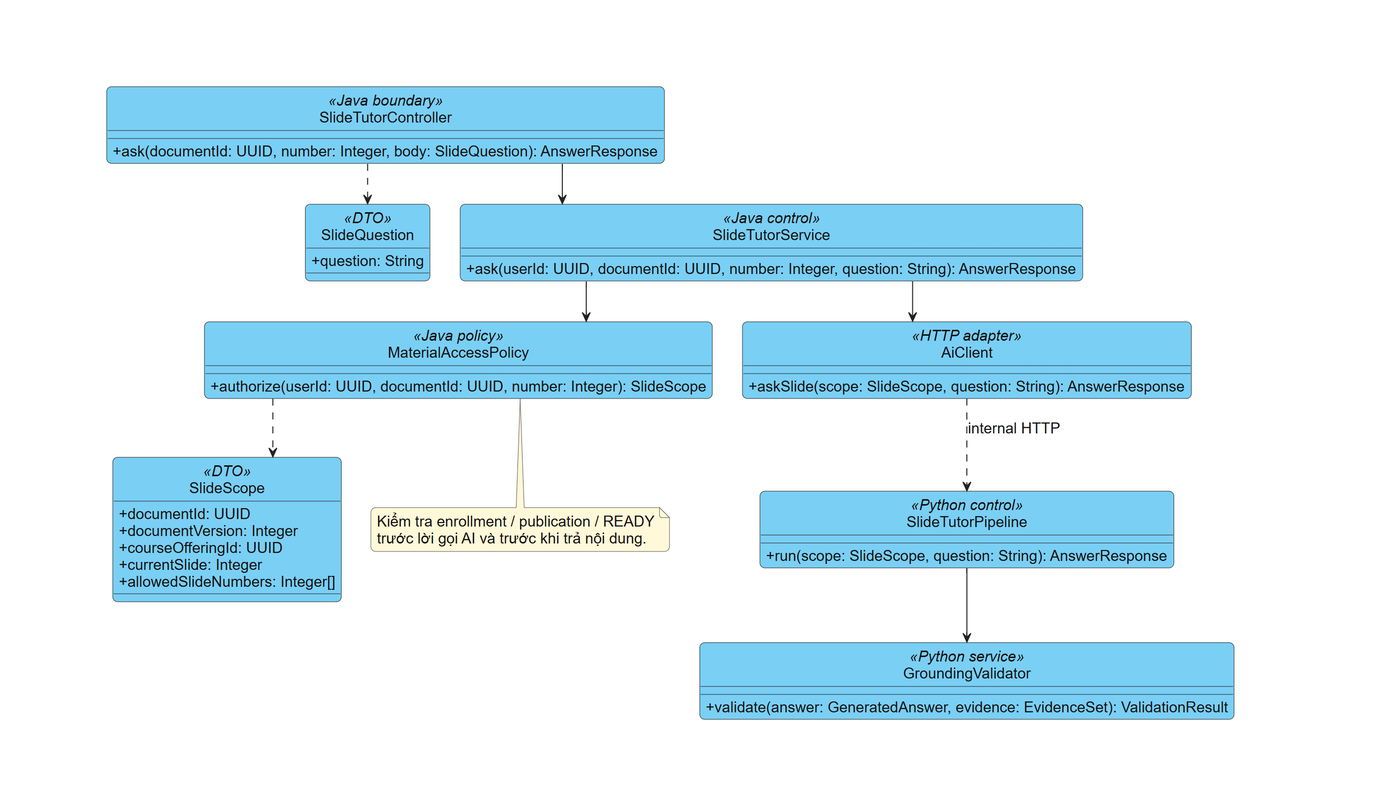
Before: docs/diagrams/chuong-3/class-05-slide-tutor.png, a diagram exported from PlantUML (bch7504/DATN). Its source is kept beside it as docs/diagrams/chuong-3/class-05-slide-tutor.puml. Its diagram source:
```plantuml
@startuml
skinparam defaultFontColor #111111
skinparam ArrowColor #222222
skinparam ActorBackgroundColor #7ACFF5
skinparam ActorBorderColor #222222
skinparam NoteBackgroundColor #FFF9D9
skinparam NoteBorderColor #555555
skinparam RectangleBackgroundColor white
skinparam RectangleBorderColor #222222
hide circle
skinparam ClassBackgroundColor #7ACFF5
skinparam ClassBorderColor #222222
skinparam ClassHeaderBackgroundColor #7ACFF5
skinparam shadowing false
skinparam linetype ortho
skinparam backgroundColor white
skinparam defaultFontName Arial
skinparam defaultFontSize 15
skinparam classAttributeIconSize 0
skinparam packageStyle rectangle
skinparam roundcorner 10
skinparam nodesep 30
skinparam ranksep 40
top to bottom direction
class SlideTutorController <<Java boundary>> {
+ask(documentId: UUID, number: Integer, body: SlideQuestion): AnswerResponse
}
class SlideQuestion <<DTO>> {
+question: String
}
class SlideTutorService <<Java control>> {
+ask(userId: UUID, documentId: UUID, number: Integer, question: String): AnswerResponse
}
class MaterialAccessPolicy <<Java policy>> {
+authorize(userId: UUID, documentId: UUID, number: Integer): SlideScope
}
class AiClient <<HTTP adapter>> {
+askSlide(scope: SlideScope, question: String): AnswerResponse
}
class SlideTutorPipeline <<Python control>> {
+run(scope: SlideScope, question: String): AnswerResponse
}
class SlideScope <<DTO>> {
+documentId: UUID
+documentVersion: Integer
+courseOfferingId: UUID
+currentSlide: Integer
+allowedSlideNumbers: Integer[]
}
class GroundingValidator <<Python service>> {
+validate(answer: GeneratedAnswer, evidence: EvidenceSet): ValidationResult
}
SlideTutorController ..> SlideQuestion
SlideTutorController --> SlideTutorService
SlideTutorService --> MaterialAccessPolicy
MaterialAccessPolicy ..> SlideScope
SlideTutorService --> AiClient
AiClient ..> SlideTutorPipeline : internal HTTP
SlideTutorPipeline --> GroundingValidator
note bottom of MaterialAccessPolicy
Kiểm tra enrollment / publication / READY
trước lời gọi AI và trước khi trả nội dung.
end note
@enduml
```
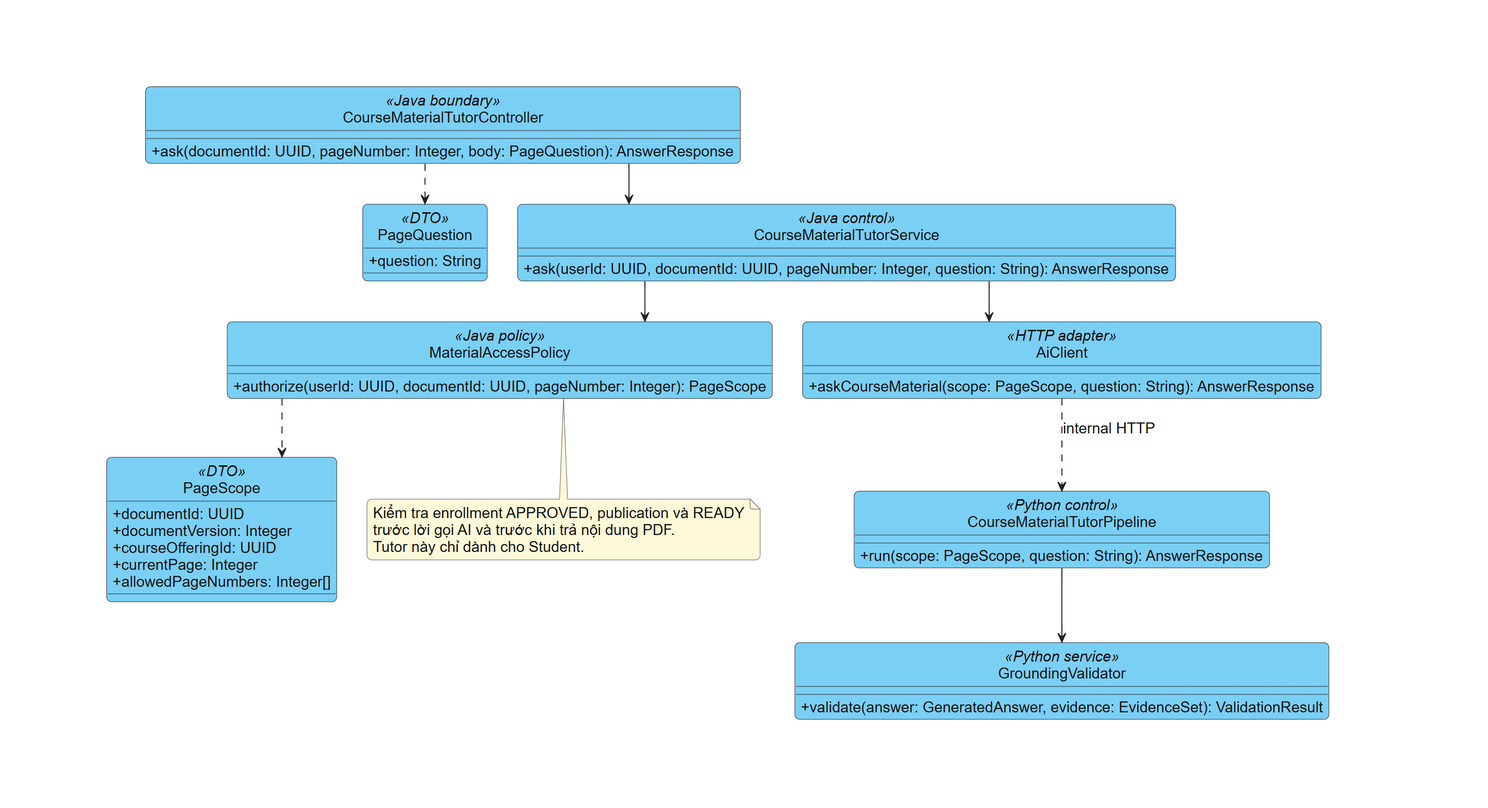
The same diagram one commit later.

Change to the diagram source:
```diff
@@ -1,12 +1,8 @@
 @startuml
 skinparam defaultFontColor #111111
 skinparam ArrowColor #222222
-skinparam ActorBackgroundColor #7ACFF5
-skinparam ActorBorderColor #222222
 skinparam NoteBackgroundColor #FFF9D9
 skinparam NoteBorderColor #555555
-skinparam RectangleBackgroundColor white
-skinparam RectangleBorderColor #222222
 hide circle
 skinparam ClassBackgroundColor #7ACFF5
 skinparam ClassBorderColor #222222
@@ -22,43 +18,47 @@
 skinparam nodesep 30
 skinparam ranksep 40
 top to bottom direction
-class SlideTutorController <<Java boundary>> {
-+ask(documentId: UUID, number: Integer, body: SlideQuestion): AnswerResponse
+
+class CourseMaterialTutorController <<Java boundary>> {
+  +ask(documentId: UUID, pageNumber: Integer, body: PageQuestion): AnswerResponse
 }
-class SlideQuestion <<DTO>> {
-+question: String
+class PageQuestion <<DTO>> {
+  +question: String
 }
-class SlideTutorService <<Java control>> {
-+ask(userId: UUID, documentId: UUID, number: Integer, question: String): AnswerResponse
+class CourseMaterialTutorService <<Java control>> {
+  +ask(userId: UUID, documentId: UUID, pageNumber: Integer, question: String): AnswerResponse
 }
 class MaterialAccessPolicy <<Java policy>> {
-+authorize(userId: UUID, documentId: UUID, number: Integer): SlideScope
+  +authorize(userId: UUID, documentId: UUID, pageNumber: Integer): PageScope
 }
 class AiClient <<HTTP adapter>> {
-+askSlide(scope: SlideScope, question: String): AnswerResponse
+  +askCourseMaterial(scope: PageScope, question: String): AnswerResponse
 }
-class SlideTutorPipeline <<Python control>> {
-+run(scope: SlideScope, question: String): AnswerResponse
+class CourseMaterialTutorPipeline <<Python control>> {
+  +run(scope: PageScope, question: String): AnswerResponse
 }
-class SlideScope <<DTO>> {
-+documentId: UUID
-+documentVersion: Integer
-+courseOfferingId: UUID
-+currentSlide: Integer
-+allowedSlideNumbers: Integer[]
+class PageScope <<DTO>> {
+  +documentId: UUID
+  +documentVersion: Integer
+  +courseOfferingId: UUID
+  +currentPage: Integer
+  +allowedPageNumbers: Integer[]
 }
 class GroundingValidator <<Python service>> {
-+validate(answer: GeneratedAnswer, evidence: EvidenceSet): ValidationResult
+  +validate(answer: GeneratedAnswer, evidence: EvidenceSet): ValidationResult
 }
-SlideTutorController ..> SlideQuestion
-SlideTutorController --> SlideTutorService
-SlideTutorService --> MaterialAccessPolicy
-MaterialAccessPolicy ..> SlideScope
-SlideTutorService --> AiClient
-AiClient ..> SlideTutorPipeline : internal HTTP
-SlideTutorPipeline --> GroundingValidator
+
+CourseMaterialTutorController ..> PageQuestion
+CourseMaterialTutorController --> CourseMaterialTutorService
+CourseMaterialTutorService --> MaterialAccessPolicy
+MaterialAccessPolicy ..> PageScope
+CourseMaterialTutorService --> AiClient
+AiClient ..> CourseMaterialTutorPipeline : internal HTTP
+CourseMaterialTutorPipeline --> GroundingValidator
+
 note bottom of MaterialAccessPolicy
-Kiểm tra enrollment / publication / READY
-trước lời gọi AI và trước khi trả nội dung.
+Kiểm tra enrollment APPROVED, publication và READY
+trước lời gọi AI và trước khi trả nội dung PDF.
+Tutor này chỉ dành cho Student.
 end note
 @enduml
```
